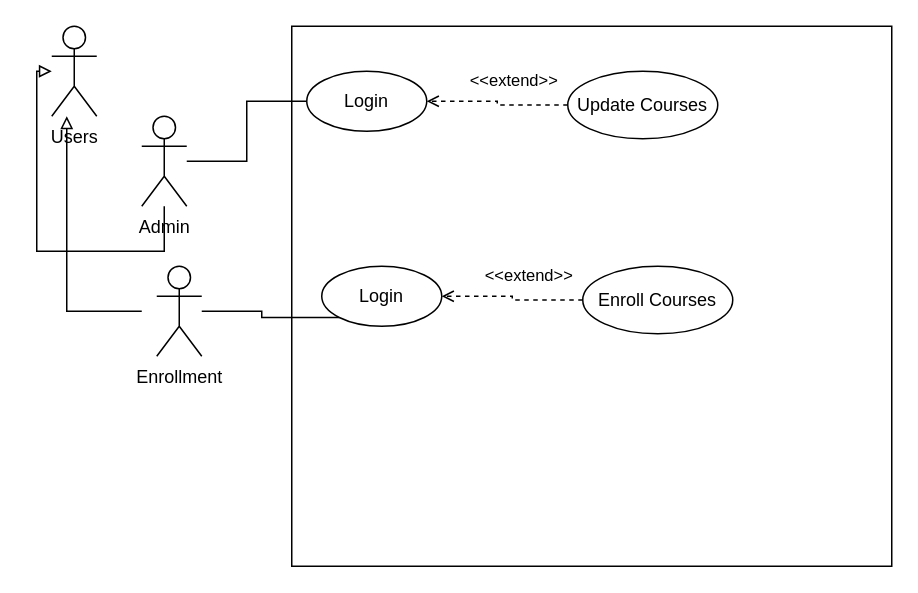
Noumannomi123/E-Commerce-Project keeps this draw.io diagram as Phase 2/Use-Case-Diagram.drawio. Above is the earlier version. Source tidied: cells renumbered, new cells numbered last; positions are measured from the earlier drawing's top-left corner, leaving out a move shared by most shapes. Both pictures are drawn from the tidied source at 150%, with x=0, y=0 at pixel (36, 26).
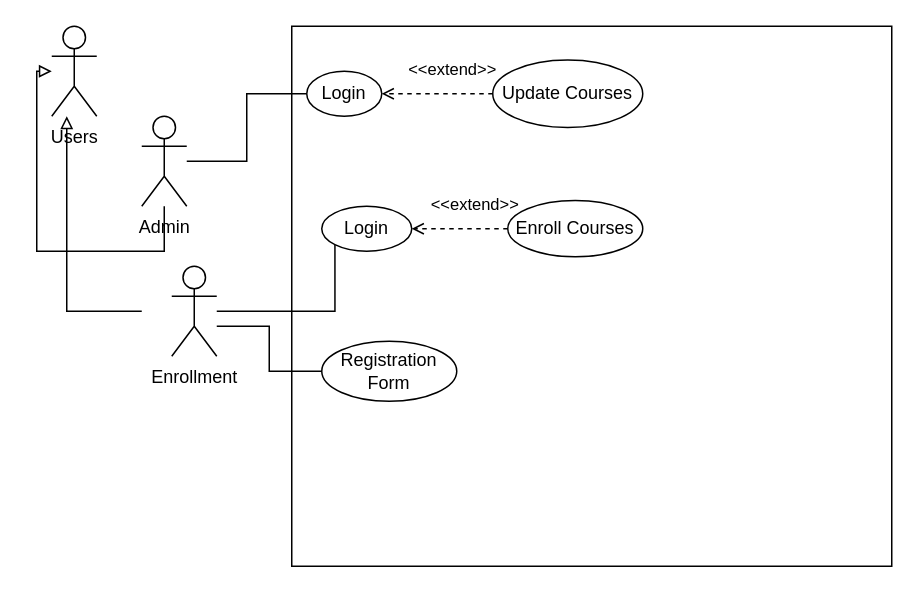
Above is the later version.

What changed in the source:
```diff
@@
     <mxCell id="9" value="Login" style="ellipse;whiteSpace=wrap;html=1;" parent="1" vertex="1">
-      <mxGeometry x="180" y="30" width="80" height="40" as="geometry" />
+      <mxGeometry x="180" y="30" width="50" height="30" as="geometry" />
     </mxCell>
     <mxCell id="10" value="Update Courses" style="ellipse;whiteSpace=wrap;html=1;" parent="1" vertex="1">
-      <mxGeometry x="354" y="30" width="100" height="45" as="geometry" />
+      <mxGeometry x="304" y="22.5" width="100" height="45" as="geometry" />
     </mxCell>
@@
+    <mxCell id="18" style="edgeStyle=orthogonalEdgeStyle;rounded=0;jettySize=auto;html=1;endArrow=none;endFill=0;" parent="1" edge="1" source="13" target="19">
+      <mxGeometry relative="1" as="geometry">
+        <Array as="points">
+          <mxPoint x="155" y="200" />
+          <mxPoint x="155" y="230" />
+        </Array>
+      </mxGeometry>
+    </mxCell>
     <mxCell id="13" value="Enrollment" style="shape=umlActor;verticalLabelPosition=bottom;verticalAlign=top;html=1;" parent="1" vertex="1">
-      <mxGeometry x="80" y="160" width="30" height="60" as="geometry" />
+      <mxGeometry x="90" y="160" width="30" height="60" as="geometry" />
     </mxCell>
     <mxCell id="14" value="Login" style="ellipse;whiteSpace=wrap;html=1;" parent="1" vertex="1">
-      <mxGeometry x="190" y="160" width="80" height="40" as="geometry" />
+      <mxGeometry x="190" y="120" width="60" height="30" as="geometry" />
     </mxCell>
@@
     <mxCell id="17" value="Enroll Courses" style="ellipse;whiteSpace=wrap;html=1;" parent="1" vertex="1">
-      <mxGeometry x="364" y="160" width="100" height="45" as="geometry" />
+      <mxGeometry x="314" y="116.2" width="90" height="37.5" as="geometry" />
     </mxCell>
+    <mxCell id="19" value="Registration Form" style="ellipse;whiteSpace=wrap;html=1;" parent="1" vertex="1">
+      <mxGeometry x="190" y="210" width="90" height="40" as="geometry" />
+    </mxCell>
```
